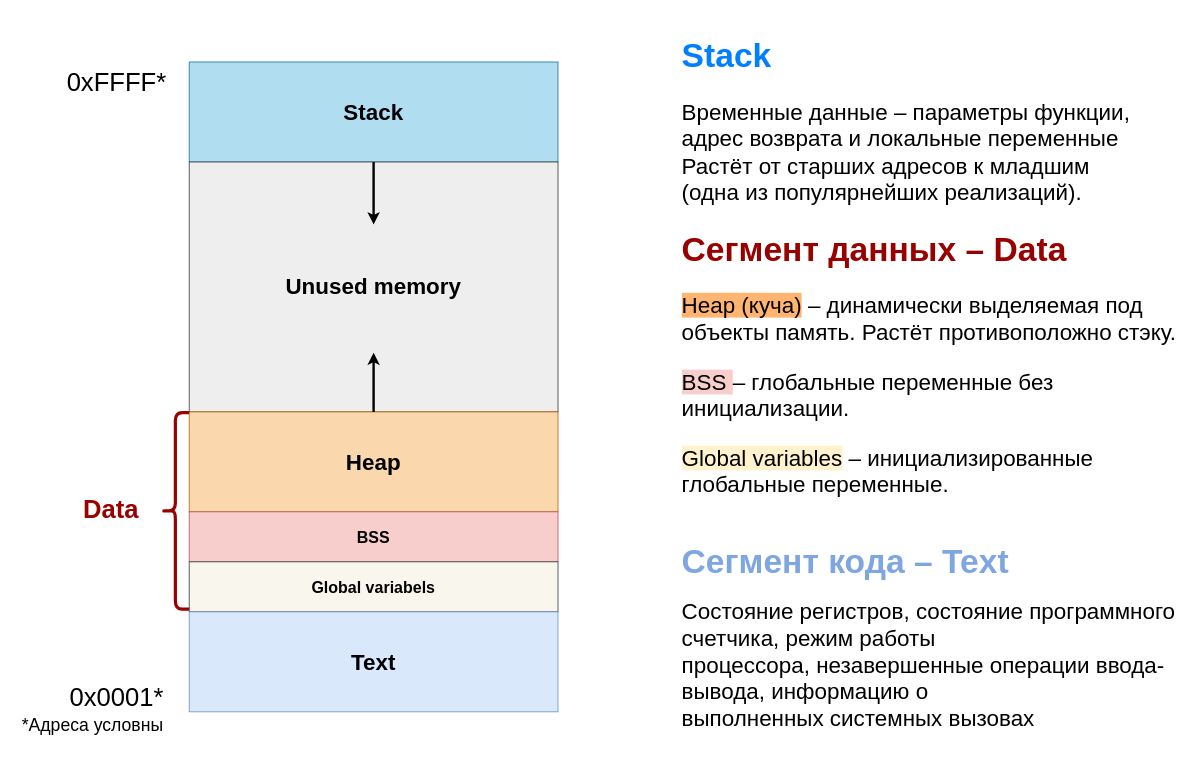
Above: page "Proc_Struct_txt" (2 of 6) of docs/source/OS/img/Process/Proc_All.drawio in Steindvart/My_study (draw.io), before the change. Source tidied: cells renumbered, new cells numbered last; positions are measured from the earlier drawing's top-left corner, leaving out a move shared by most shapes. Both pictures are drawn from the tidied source at 80%, with x=0, y=0 at pixel (14, 22).
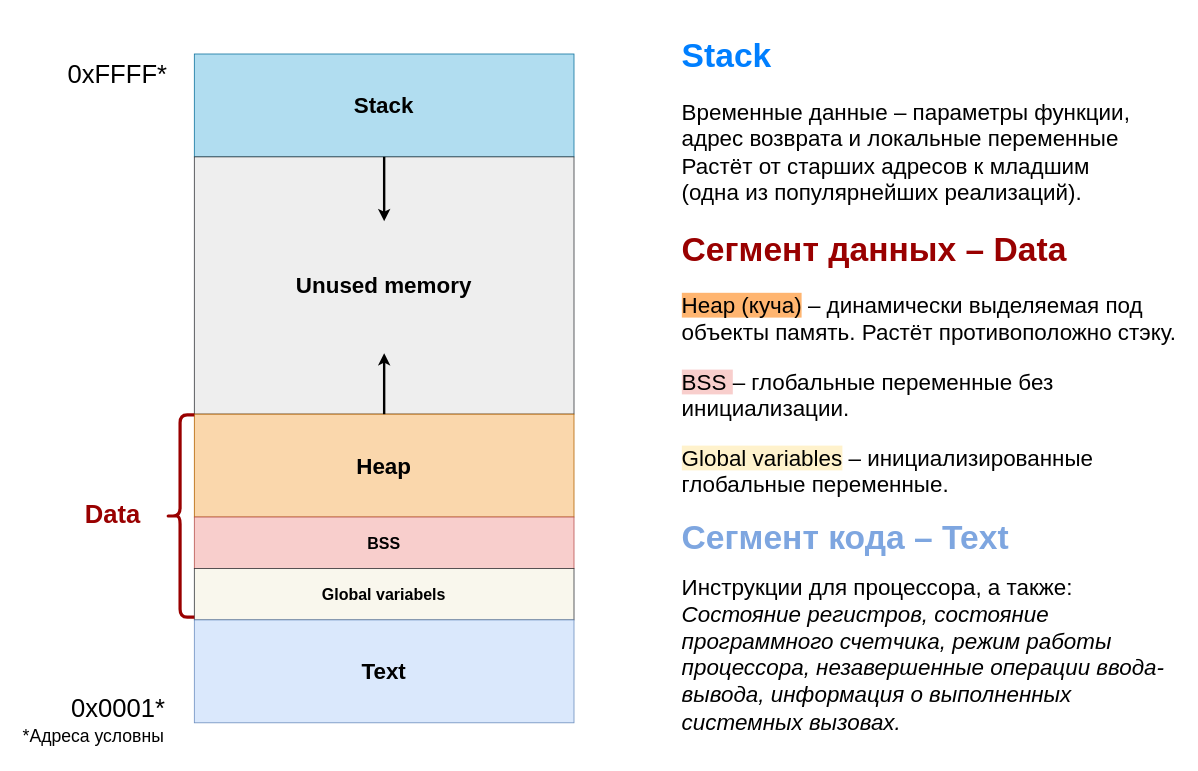
The same page after the edit.

Commit message (it also covers changes not shown here):
Modife Proc_Struct scheme

The edit, as a diff of the source:
```diff
@@
-    <mxCell id="4" value="&lt;h1 style=&quot;font-size: 30px&quot;&gt;&lt;font style=&quot;font-size: 42px&quot;&gt;&lt;font color=&quot;#007FFF&quot;&gt;&lt;font color=&quot;#7EA6E0&quot;&gt;Сегмент кода – Text&lt;/font&gt;&lt;/font&gt;&lt;/font&gt;&lt;/h1&gt;&lt;div style=&quot;font-size: 28px&quot;&gt;Состояние регистров, состояние программного счетчика, режим работы &lt;br&gt;процессора, незавершенные операции ввода-вывода, информацию о &lt;br&gt;выполненных системных вызовах&lt;/div&gt;" style="text;html=1;strokeColor=none;fillColor=none;spacing=5;spacingTop=-20;whiteSpace=wrap;overflow=hidden;rounded=0;shadow=0;glass=0;comic=0;" parent="1" vertex="1">
-      <mxGeometry x="830" y="640" width="634" height="270" as="geometry" />
+    <mxCell id="4" value="&lt;h1 style=&quot;font-size: 30px&quot;&gt;&lt;font style=&quot;font-size: 42px&quot;&gt;&lt;font color=&quot;#007FFF&quot;&gt;&lt;font color=&quot;#7EA6E0&quot;&gt;Сегмент кода – Text&lt;/font&gt;&lt;/font&gt;&lt;/font&gt;&lt;/h1&gt;&lt;div style=&quot;font-size: 28px&quot;&gt;Инструкции для процессора, а также: &lt;i&gt;Состояние регистров, состояние программного счетчика, режим работы процессора, незавершенные операции ввода-вывода, информация о выполненных системных вызовах.&lt;/i&gt;&lt;/div&gt;" style="text;html=1;strokeColor=none;fillColor=none;spacing=5;spacingTop=-20;whiteSpace=wrap;overflow=hidden;rounded=0;shadow=0;glass=0;comic=0;" parent="1" vertex="1">
+      <mxGeometry x="830" y="610" width="634" height="290" as="geometry" />
     </mxCell>
     <mxCell id="5" style="group;" parent="1" vertex="1">
-      <mxGeometry y="50" width="680" height="855" as="geometry" />
+      <mxGeometry y="50" width="700" height="870" as="geometry" />
     </mxCell>
     <mxCell id="6" style="group;" parent="5" vertex="1">
-      <mxGeometry width="680" height="855" as="geometry" />
+      <mxGeometry y="-10" width="700" height="880" as="geometry" />
     </mxCell>
     <mxCell id="7" style="group;strokeWidth=12;" parent="6" vertex="1">
-      <mxGeometry x="219" width="461" height="812.3" as="geometry" />
+      <mxGeometry x="225.4" width="474.6" height="836" as="geometry" />
     </mxCell>
     <mxCell id="8" style="group;" parent="7" vertex="1">
-      <mxGeometry width="461" height="812.3" as="geometry" />
+      <mxGeometry width="474.6" height="836" as="geometry" />
     </mxCell>
     <mxCell id="9" style="group;" parent="8" vertex="1">
-      <mxGeometry width="461" height="812.3" as="geometry" />
+      <mxGeometry width="474.6" height="836" as="geometry" />
     </mxCell>
     <mxCell id="10" value="&lt;font size=&quot;1&quot;&gt;&lt;b&gt;&lt;font style=&quot;font-size: 28px&quot;&gt;Stack&lt;/font&gt;&lt;/b&gt;&lt;/font&gt;" style="rounded=0;whiteSpace=wrap;html=1;comic=0;fillColor=#b1ddf0;strokeColor=#10739e;" parent="9" vertex="1">
-      <mxGeometry width="461" height="125" as="geometry" />
+      <mxGeometry width="474.6" height="128.6" as="geometry" />
     </mxCell>
     <mxCell id="11" value="&lt;b&gt;&lt;font style=&quot;font-size: 28px&quot;&gt;Unused memory&lt;/font&gt;&lt;/b&gt;" style="rounded=0;whiteSpace=wrap;html=1;comic=0;glass=0;shadow=0;fillColor=#eeeeee;strokeColor=#36393d;" parent="9" vertex="1">
-      <mxGeometry y="125" width="461" height="312.4" as="geometry" />
+      <mxGeometry y="128.6" width="474.6" height="321.5" as="geometry" />
     </mxCell>
     <mxCell id="12" value="&lt;b&gt;&lt;font style=&quot;font-size: 28px&quot;&gt;Heap&lt;/font&gt;&lt;/b&gt;" style="rounded=0;whiteSpace=wrap;html=1;comic=0;fillColor=#fad7ac;strokeColor=#b46504;" parent="9" vertex="1">
-      <mxGeometry y="437.4" width="461" height="125" as="geometry" />
+      <mxGeometry y="450.2" width="474.6" height="128.6" as="geometry" />
     </mxCell>
     <mxCell id="13" value="&lt;font style=&quot;font-size: 20px&quot;&gt;&lt;b&gt;BSS&lt;/b&gt;&lt;/font&gt;" style="rounded=0;whiteSpace=wrap;html=1;comic=0;fillColor=#f8cecc;strokeColor=#b85450;" parent="9" vertex="1">
-      <mxGeometry y="562.3" width="461" height="62.5" as="geometry" />
+      <mxGeometry y="578.8" width="474.6" height="64.3" as="geometry" />
     </mxCell>
     <mxCell id="14" value="&lt;font style=&quot;font-size: 20px&quot;&gt;&lt;b&gt;Global variabels&lt;br&gt;&lt;/b&gt;&lt;/font&gt;" style="rounded=0;whiteSpace=wrap;html=1;comic=0;fillColor=#f9f7ed;strokeColor=#36393d;" parent="9" vertex="1">
-      <mxGeometry y="624.8" width="461" height="62.5" as="geometry" />
+      <mxGeometry y="643.1" width="474.6" height="64.3" as="geometry" />
     </mxCell>
     <mxCell id="15" value="&lt;font style=&quot;font-size: 28px&quot;&gt;&lt;b&gt;Text&lt;/b&gt;&lt;/font&gt;" style="rounded=0;whiteSpace=wrap;html=1;comic=0;fillColor=#dae8fc;strokeColor=#6c8ebf;" parent="9" vertex="1">
-      <mxGeometry y="687.3" width="461" height="125" as="geometry" />
+      <mxGeometry y="707.4" width="474.6" height="128.6" as="geometry" />
     </mxCell>
     <mxCell id="16" style="endArrow=classic;html=1;exitX=0.5;exitY=0;exitDx=0;exitDy=0;strokeWidth=3;" parent="9" edge="1" source="12">
       <mxGeometry relative="1" as="geometry">
-        <mxPoint x="230.5" y="363.4" as="targetPoint" />
+        <mxPoint x="237.3" y="374" as="targetPoint" />
       </mxGeometry>
     </mxCell>
     <mxCell id="17" style="endArrow=classic;html=1;exitX=0.5;exitY=0;exitDx=0;exitDy=0;strokeWidth=3;" parent="9" edge="1" source="11">
       <mxGeometry relative="1" as="geometry">
-        <mxPoint x="230.5" y="203.1" as="targetPoint" />
+        <mxPoint x="237.3" y="209" as="targetPoint" />
         <Array as="points">
-          <mxPoint x="230.5" y="192.4" />
+          <mxPoint x="237.3" y="198" />
         </Array>
       </mxGeometry>
     </mxCell>
     <mxCell id="18" value="&lt;font style=&quot;font-size: 32px&quot;&gt;0xFFFF*&lt;/font&gt;" style="text;html=1;align=center;verticalAlign=middle;" parent="6" vertex="1">
-      <mxGeometry x="57.6" y="10.7" width="140" height="30" as="geometry" />
+      <mxGeometry x="59.3" y="11" width="140" height="30" as="geometry" />
     </mxCell>
     <mxCell id="19" value="&lt;font style=&quot;font-size: 32px&quot;&gt;0x0001*&lt;/font&gt;" style="text;html=1;align=center;verticalAlign=middle;" parent="6" vertex="1">
-      <mxGeometry x="63.4" y="780.2" width="130" height="30" as="geometry" />
+      <mxGeometry x="65.3" y="803" width="130" height="30" as="geometry" />
     </mxCell>
     <mxCell id="20" style="shape=curlyBracket;whiteSpace=wrap;html=1;rounded=1;shadow=0;glass=0;comic=0;strokeWidth=4;fillColor=#FF0000;strokeColor=#990000;fontColor=#ffffff;" parent="6" vertex="1">
-      <mxGeometry x="184.4" y="438.2" width="34.6" height="245.8" as="geometry" />
+      <mxGeometry x="189.8" y="451" width="35.6" height="253" as="geometry" />
     </mxCell>
     <mxCell id="21" value="&lt;b&gt;&lt;font style=&quot;font-size: 32px&quot; color=&quot;#990000&quot;&gt;Data&lt;/font&gt;&lt;/b&gt;" style="text;html=1;align=center;verticalAlign=middle;" parent="6" vertex="1">
-      <mxGeometry x="80.7" y="545.1" width="80" height="30" as="geometry" />
+      <mxGeometry x="83.1" y="561" width="80" height="30" as="geometry" />
     </mxCell>
     <mxCell id="22" value="&lt;font style=&quot;font-size: 22px&quot;&gt;*Адреса условны&lt;/font&gt;" style="text;html=1;align=center;verticalAlign=middle;" parent="6" vertex="1">
-      <mxGeometry x="3.4" y="820" width="190" height="20" as="geometry" />
+      <mxGeometry x="3.5" y="844" width="190" height="20" as="geometry" />
     </mxCell>
```
